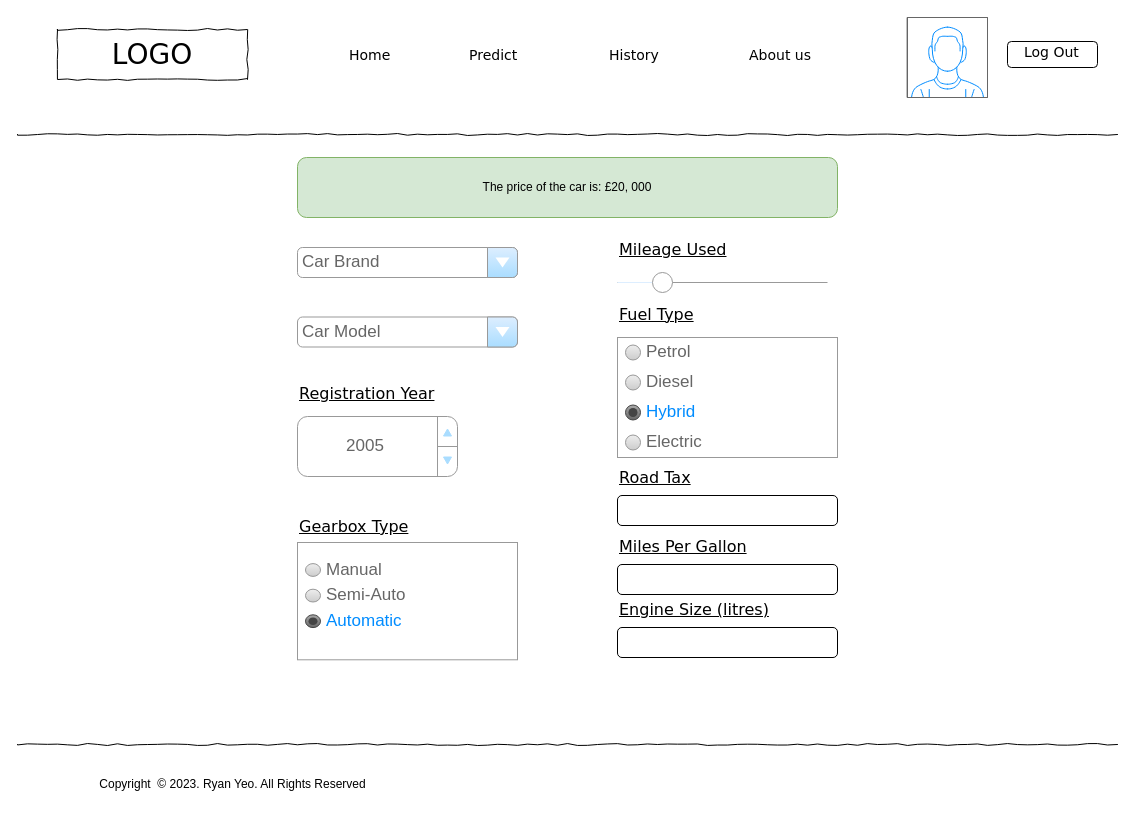
Above: Wireframes/Predict.drawio in kaze-droid/WheelWise-Car-Price-Prediction (draw.io), before the change. Source tidied: cells renumbered, new cells numbered last; positions are measured from the earlier drawing's top-left corner, leaving out a move shared by most shapes. Both pictures are drawn from the tidied source at 100%, with x=0, y=0 at pixel (17, 17).
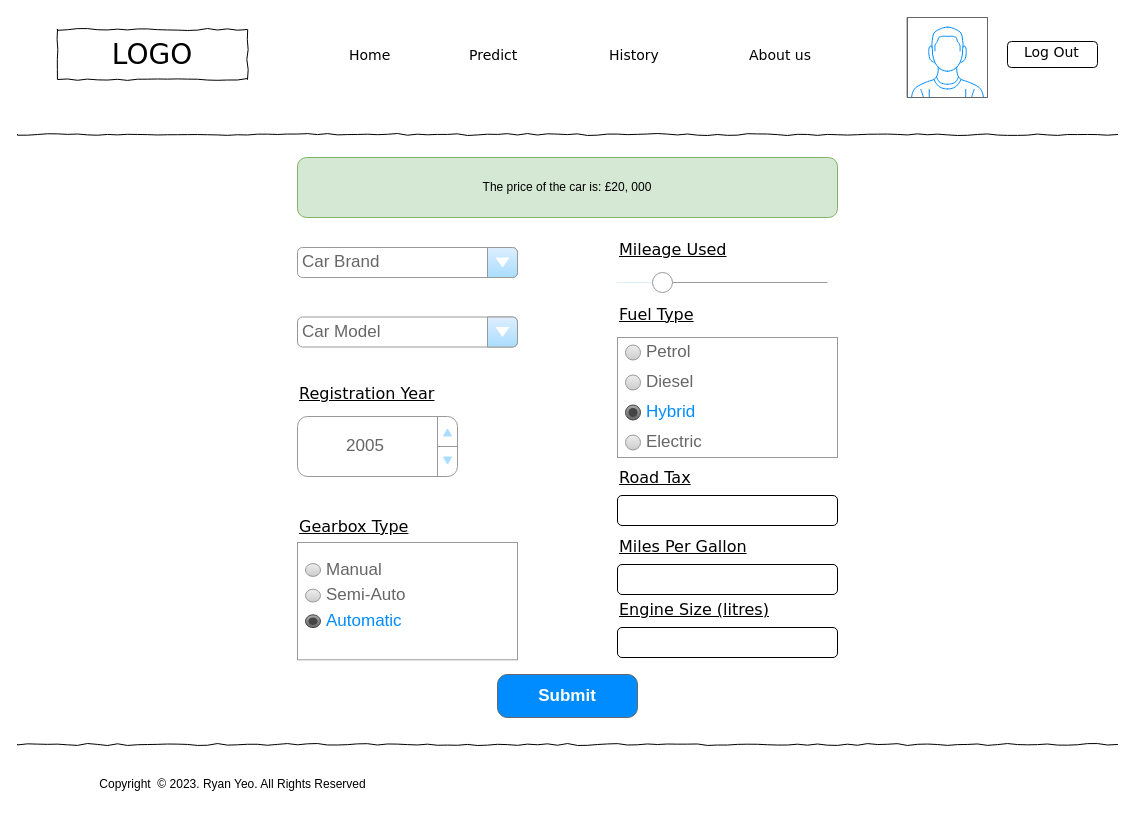
After the change.

Commit message:
Add submit button

Diff of the diagram source:
```diff
@@
+    <mxCell id="44" value="Submit" style="strokeWidth=1;shadow=0;dashed=0;align=center;html=1;shape=mxgraph.mockup.buttons.button;strokeColor=#666666;fontColor=#ffffff;mainText=;buttonStyle=round;fontSize=17;fontStyle=1;fillColor=#008cff;whiteSpace=wrap;" parent="1" vertex="1">
+      <mxGeometry x="480" y="657" width="140" height="43" as="geometry" />
+    </mxCell>
```
